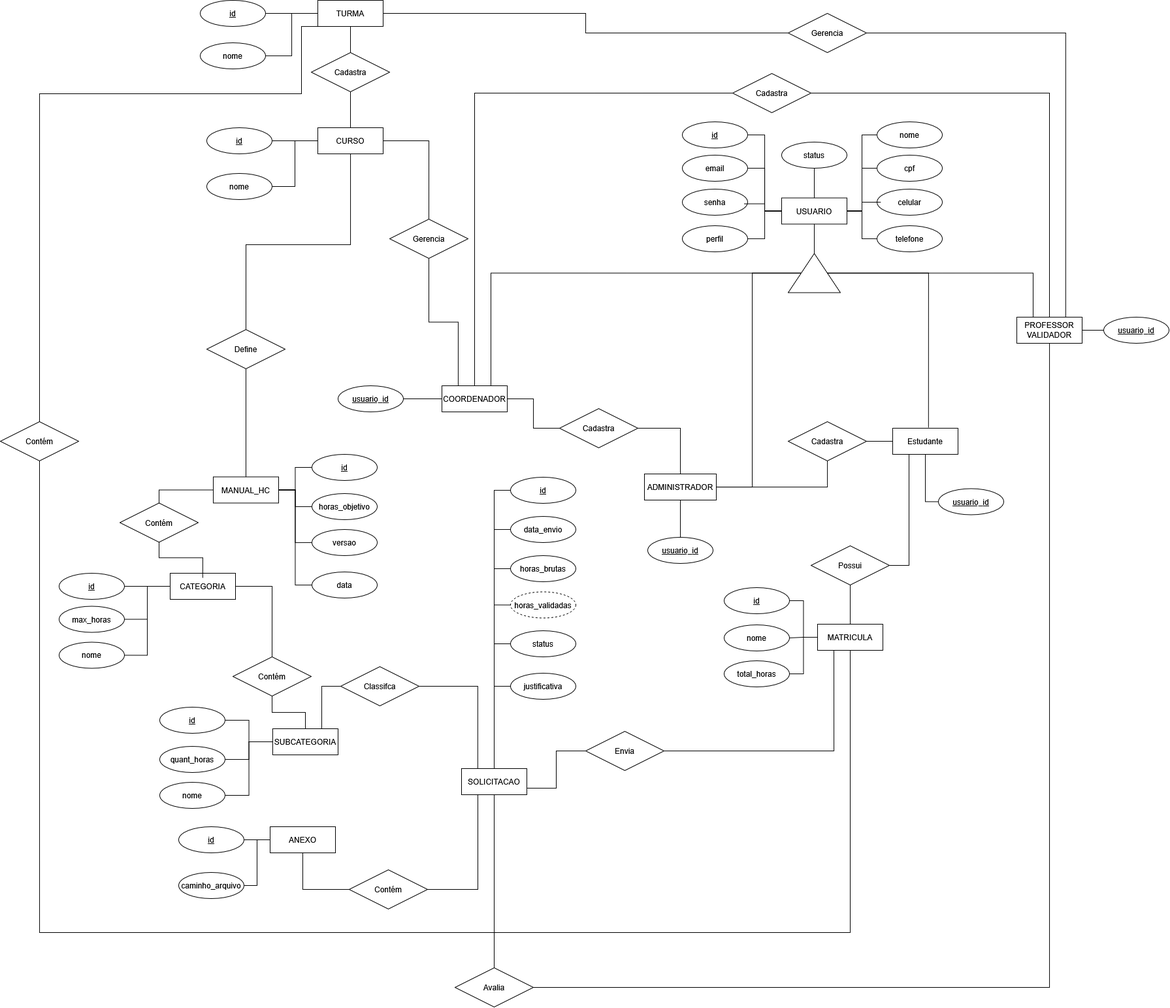
Earlier version of the draw.io export artefatos/Arquitetura de Banco de Dados/AshConceitual.drawio.png (chaoticdevs-pucpr/AcademicSupplementaryHours.project). Source tidied: cells renumbered, new cells last; positions are measured from the earlier drawing's top-left corner, leaving out a move shared by most shapes.
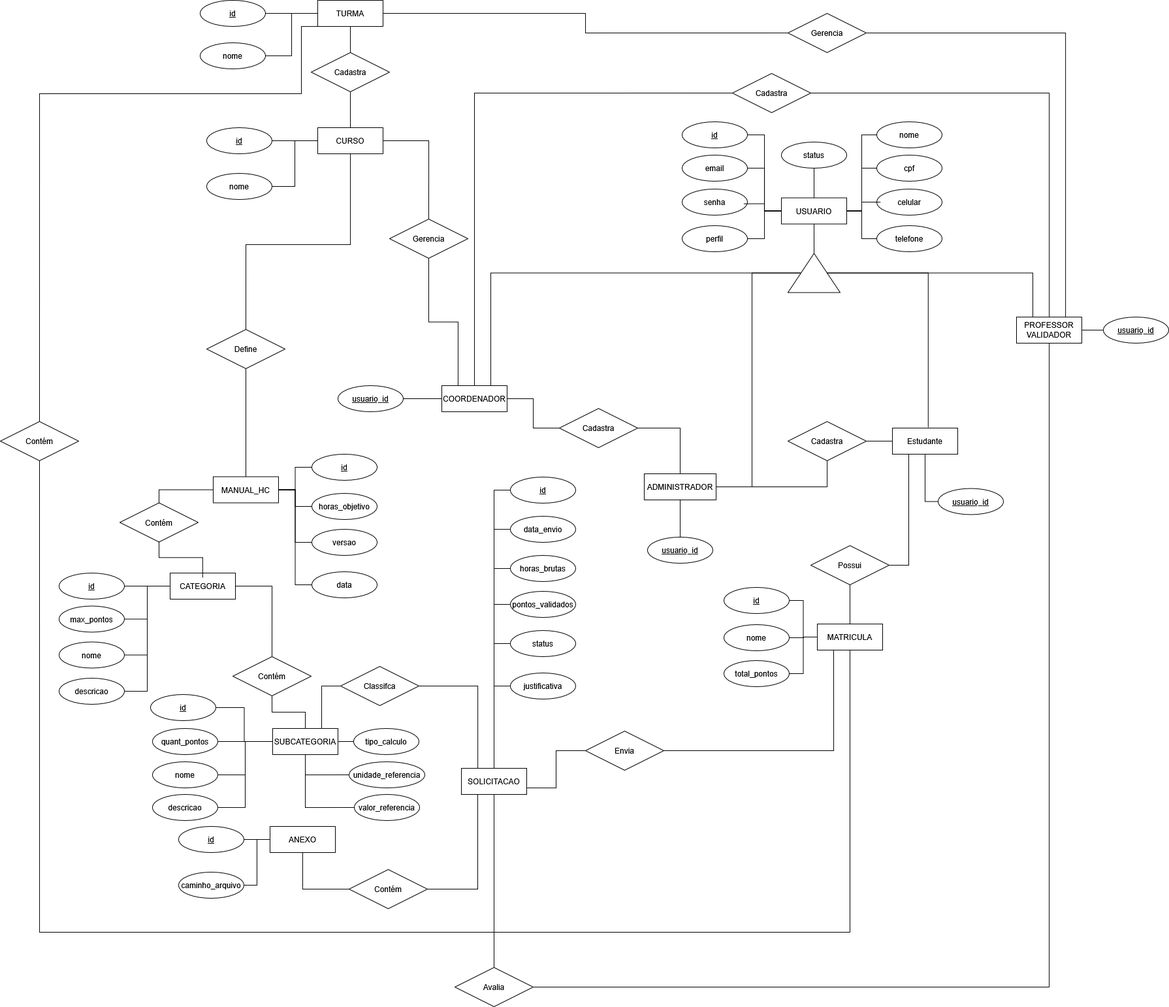
After the change.

The edit, as a diff of the source:
```diff
@@ -151,13 +151,16 @@
     <mxCell id="48" style="edgeStyle=orthogonalEdgeStyle;rounded=0;jettySize=auto;html=1;entryX=1;entryY=0.5;entryDx=0;entryDy=0;endArrow=none;endFill=0;" parent="1" edge="1" source="49" target="52">
       <mxGeometry relative="1" as="geometry" />
     </mxCell>
+    <mxCell id="143" style="edgeStyle=orthogonalEdgeStyle;rounded=0;jettySize=auto;html=1;entryX=1;entryY=0.5;entryDx=0;entryDy=0;endArrow=none;endFill=0;" parent="1" edge="1" source="49" target="148">
+      <mxGeometry relative="1" as="geometry" />
+    </mxCell>
     <mxCell id="49" value="CATEGORIA" style="whiteSpace=wrap;html=1;align=center;" parent="1" vertex="1">
       <mxGeometry x="260" y="877" width="100" height="40" as="geometry" />
     </mxCell>
     <mxCell id="50" value="&lt;div&gt;id&lt;/div&gt;" style="ellipse;whiteSpace=wrap;html=1;align=center;fontStyle=4;" parent="1" vertex="1">
       <mxGeometry x="90" y="877" width="100" height="40" as="geometry" />
     </mxCell>
-    <mxCell id="51" value="max_horas" style="ellipse;whiteSpace=wrap;html=1;align=center;" parent="1" vertex="1">
+    <mxCell id="51" value="max_pontos" style="ellipse;whiteSpace=wrap;html=1;align=center;" parent="1" vertex="1">
       <mxGeometry x="90" y="927.5" width="100" height="40" as="geometry" />
     </mxCell>
     <mxCell id="52" value="nome" style="ellipse;whiteSpace=wrap;html=1;align=center;" parent="1" vertex="1">
@@ -172,17 +175,29 @@
     <mxCell id="55" style="edgeStyle=orthogonalEdgeStyle;rounded=0;jettySize=auto;html=1;entryX=1;entryY=0.5;entryDx=0;entryDy=0;endArrow=none;endFill=0;" parent="1" edge="1" source="56" target="59">
       <mxGeometry relative="1" as="geometry" />
     </mxCell>
+    <mxCell id="144" style="edgeStyle=orthogonalEdgeStyle;rounded=0;jettySize=auto;html=1;entryX=1;entryY=0.5;entryDx=0;entryDy=0;endArrow=none;endFill=0;" parent="1" edge="1" source="56" target="149">
+      <mxGeometry relative="1" as="geometry" />
+    </mxCell>
+    <mxCell id="145" style="edgeStyle=orthogonalEdgeStyle;rounded=0;jettySize=auto;html=1;endArrow=none;endFill=0;" parent="1" edge="1" source="56" target="150">
+      <mxGeometry relative="1" as="geometry" />
+    </mxCell>
+    <mxCell id="146" style="edgeStyle=orthogonalEdgeStyle;rounded=0;jettySize=auto;html=1;entryX=0;entryY=0.5;entryDx=0;entryDy=0;exitX=0.5;exitY=1;exitDx=0;exitDy=0;endArrow=none;endFill=0;" parent="1" edge="1" source="56" target="151">
+      <mxGeometry relative="1" as="geometry" />
+    </mxCell>
+    <mxCell id="147" style="edgeStyle=orthogonalEdgeStyle;rounded=0;jettySize=auto;html=1;entryX=0;entryY=0.5;entryDx=0;entryDy=0;exitX=0.5;exitY=1;exitDx=0;exitDy=0;endArrow=none;endFill=0;" parent="1" edge="1" source="56" target="152">
+      <mxGeometry relative="1" as="geometry" />
+    </mxCell>
     <mxCell id="56" value="SUBCATEGORIA" style="whiteSpace=wrap;html=1;align=center;" parent="1" vertex="1">
       <mxGeometry x="417" y="1115" width="100" height="40" as="geometry" />
     </mxCell>
     <mxCell id="57" value="&lt;div&gt;id&lt;/div&gt;" style="ellipse;whiteSpace=wrap;html=1;align=center;fontStyle=4;" parent="1" vertex="1">
-      <mxGeometry x="244" y="1082" width="100" height="40" as="geometry" />
+      <mxGeometry x="230" y="1063" width="100" height="40" as="geometry" />
     </mxCell>
-    <mxCell id="58" value="quant_horas" style="ellipse;whiteSpace=wrap;html=1;align=center;" parent="1" vertex="1">
-      <mxGeometry x="244" y="1142" width="100" height="40" as="geometry" />
+    <mxCell id="58" value="quant_pontos" style="ellipse;whiteSpace=wrap;html=1;align=center;" parent="1" vertex="1">
+      <mxGeometry x="233" y="1115" width="100" height="40" as="geometry" />
     </mxCell>
     <mxCell id="59" value="nome" style="ellipse;whiteSpace=wrap;html=1;align=center;" parent="1" vertex="1">
-      <mxGeometry x="244" y="1197" width="100" height="40" as="geometry" />
+      <mxGeometry x="233" y="1166" width="100" height="40" as="geometry" />
     </mxCell>
     <mxCell id="60" style="edgeStyle=orthogonalEdgeStyle;rounded=0;jettySize=auto;html=1;entryX=0;entryY=0.5;entryDx=0;entryDy=0;endArrow=none;endFill=0;" parent="1" edge="1" source="66" target="67">
       <mxGeometry relative="1" as="geometry" />
@@ -193,7 +208,7 @@
     <mxCell id="62" style="edgeStyle=orthogonalEdgeStyle;rounded=0;jettySize=auto;html=1;entryX=0;entryY=0.5;entryDx=0;entryDy=0;endArrow=none;endFill=0;" parent="1" edge="1" source="66" target="69">
       <mxGeometry relative="1" as="geometry" />
     </mxCell>
-    <mxCell id="63" style="edgeStyle=orthogonalEdgeStyle;rounded=0;jettySize=auto;html=1;entryX=0;entryY=0.5;entryDx=0;entryDy=0;endArrow=none;endFill=0;" parent="1" edge="1" source="66" target="71">
+    <mxCell id="63" style="edgeStyle=orthogonalEdgeStyle;rounded=0;jettySize=auto;html=1;entryX=0;entryY=0.5;entryDx=0;entryDy=0;endArrow=none;endFill=0;" parent="1" edge="1" source="66" target="153">
       <mxGeometry relative="1" as="geometry" />
     </mxCell>
     <mxCell id="64" style="edgeStyle=orthogonalEdgeStyle;rounded=0;jettySize=auto;html=1;entryX=0;entryY=0.5;entryDx=0;entryDy=0;endArrow=none;endFill=0;" parent="1" edge="1" source="66" target="70">
@@ -217,9 +232,6 @@
     <mxCell id="70" value="status" style="ellipse;whiteSpace=wrap;html=1;align=center;" parent="1" vertex="1">
       <mxGeometry x="781" y="965" width="100" height="40" as="geometry" />
     </mxCell>
-    <mxCell id="71" value="horas_validadas" style="ellipse;whiteSpace=wrap;html=1;align=center;dashed=1;" parent="1" vertex="1">
-      <mxGeometry x="781" y="905.5" width="100" height="40" as="geometry" />
-    </mxCell>
     <mxCell id="72" value="justificativa" style="ellipse;whiteSpace=wrap;html=1;align=center;" parent="1" vertex="1">
       <mxGeometry x="781" y="1030" width="100" height="40" as="geometry" />
     </mxCell>
@@ -446,8 +458,26 @@
     <mxCell id="141" value="&lt;div&gt;status&lt;/div&gt;" style="ellipse;whiteSpace=wrap;html=1;align=center;" parent="1" vertex="1">
       <mxGeometry x="1196" y="217" width="100" height="40" as="geometry" />
     </mxCell>
-    <mxCell id="142" value="total_horas" style="ellipse;whiteSpace=wrap;html=1;align=center;" parent="1" vertex="1">
+    <mxCell id="142" value="&lt;div&gt;total_pontos&lt;/div&gt;" style="ellipse;whiteSpace=wrap;html=1;align=center;" parent="1" vertex="1">
       <mxGeometry x="1108" y="1011" width="100" height="40" as="geometry" />
     </mxCell>
+    <mxCell id="148" value="descricao" style="ellipse;whiteSpace=wrap;html=1;align=center;" parent="1" vertex="1">
+      <mxGeometry x="90" y="1038" width="100" height="40" as="geometry" />
+    </mxCell>
+    <mxCell id="149" value="descricao" style="ellipse;whiteSpace=wrap;html=1;align=center;" parent="1" vertex="1">
+      <mxGeometry x="233" y="1216" width="100" height="40" as="geometry" />
+    </mxCell>
+    <mxCell id="150" value="tipo_calculo" style="ellipse;whiteSpace=wrap;html=1;align=center;" parent="1" vertex="1">
+      <mxGeometry x="541" y="1115" width="100" height="40" as="geometry" />
+    </mxCell>
+    <mxCell id="151" value="&lt;div&gt;unidade_referencia&lt;/div&gt;" style="ellipse;whiteSpace=wrap;html=1;align=center;" parent="1" vertex="1">
+      <mxGeometry x="534" y="1166" width="116" height="40" as="geometry" />
+    </mxCell>
+    <mxCell id="152" value="valor_referencia" style="ellipse;whiteSpace=wrap;html=1;align=center;" parent="1" vertex="1">
+      <mxGeometry x="542" y="1216" width="100" height="40" as="geometry" />
+    </mxCell>
+    <mxCell id="153" value="pontos_validados" style="ellipse;whiteSpace=wrap;html=1;align=center;" parent="1" vertex="1">
+      <mxGeometry x="781" y="905" width="100" height="40" as="geometry" />
+    </mxCell>
   </root>
 </mxGraphModel>
```
